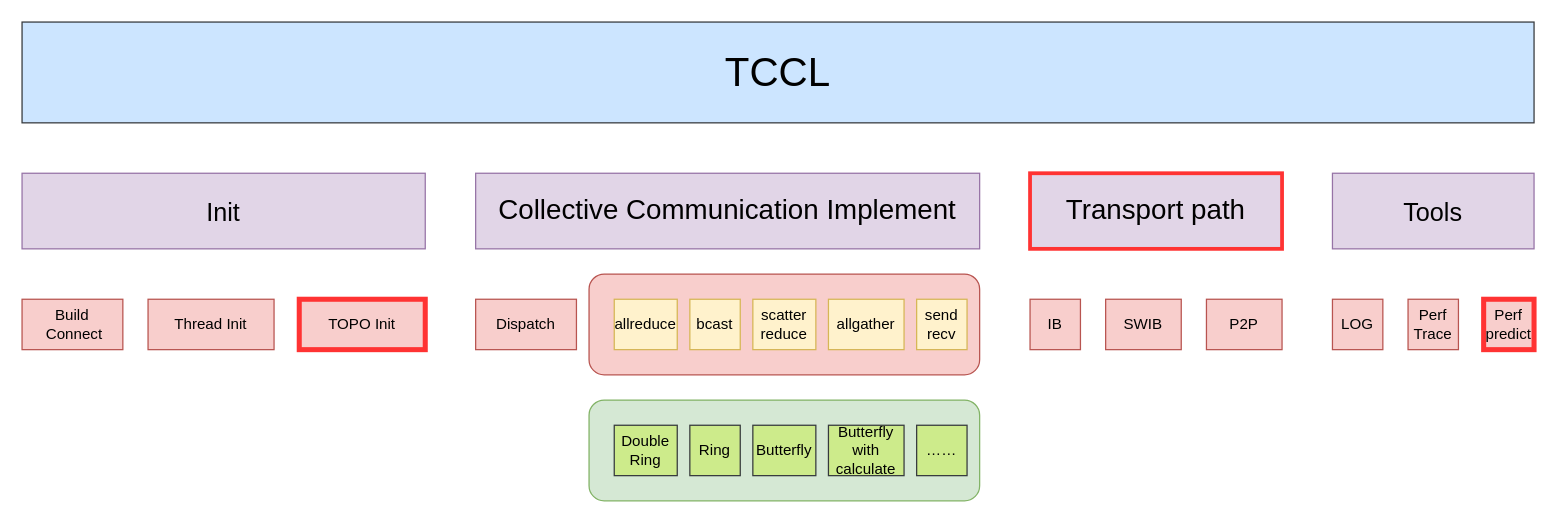
BEYHHH/SBLP keeps this draw.io diagram as TCCL/TCCL_ARCH/tccl_structure.drawio. Above is the earlier version. Source tidied: cells renumbered, new cells numbered last; positions are measured from the earlier drawing's top-left corner, leaving out a move shared by most shapes. Both pictures are drawn from the tidied source at 126%, with x=0, y=0 at pixel (21, 21).
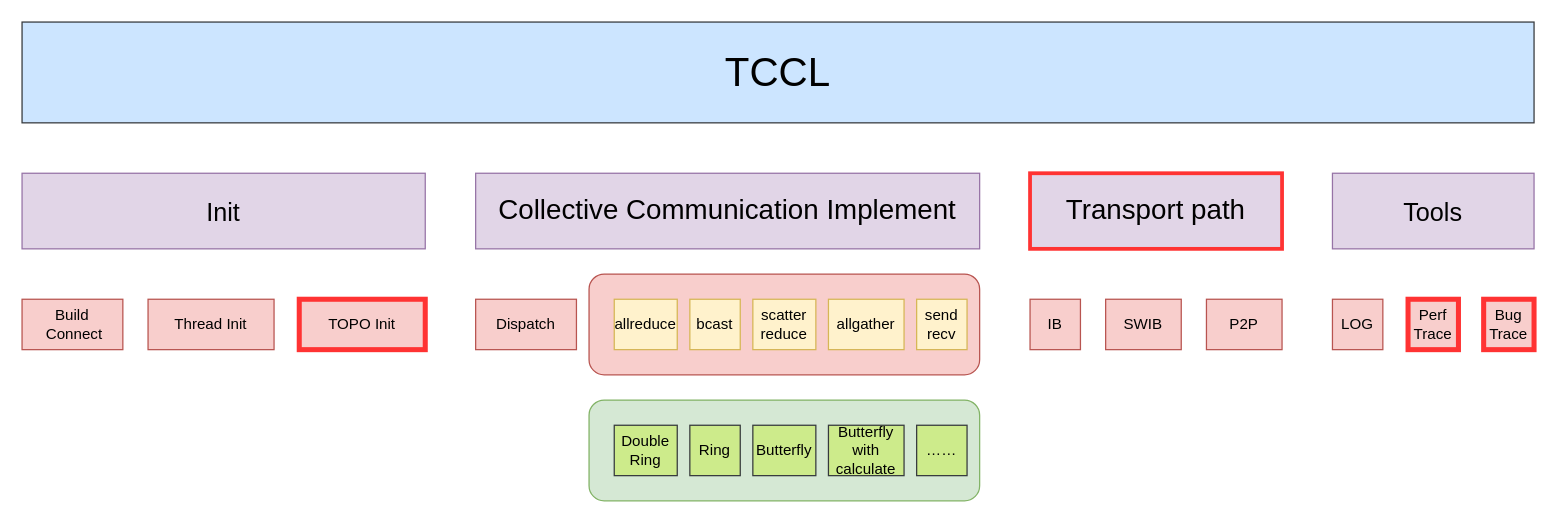
Above is the later version.

Change to the diagram source:
```diff
@@
-    <mxCell id="7" value="Perf Trace" style="rounded=0;whiteSpace=wrap;html=1;fillColor=#f8cecc;strokeColor=#b85450;" parent="1" vertex="1">
+    <mxCell id="7" value="Perf Trace" style="rounded=0;whiteSpace=wrap;html=1;fillColor=#f8cecc;strokeColor=#FF3333;strokeWidth=4;" parent="1" vertex="1">
       <mxGeometry x="1100" y="220" width="40" height="40" as="geometry" />
     </mxCell>
@@
-    <mxCell id="21" value="Perf&lt;br&gt;predict" style="rounded=0;whiteSpace=wrap;html=1;fillColor=#f8cecc;strokeColor=#FF3333;strokeWidth=4;" parent="1" vertex="1">
+    <mxCell id="21" value="Bug&lt;div&gt;Trace&lt;/div&gt;" style="rounded=0;whiteSpace=wrap;html=1;fillColor=#f8cecc;strokeColor=#FF3333;strokeWidth=4;" parent="1" vertex="1">
       <mxGeometry x="1160" y="220" width="40" height="40" as="geometry" />
     </mxCell>
```
